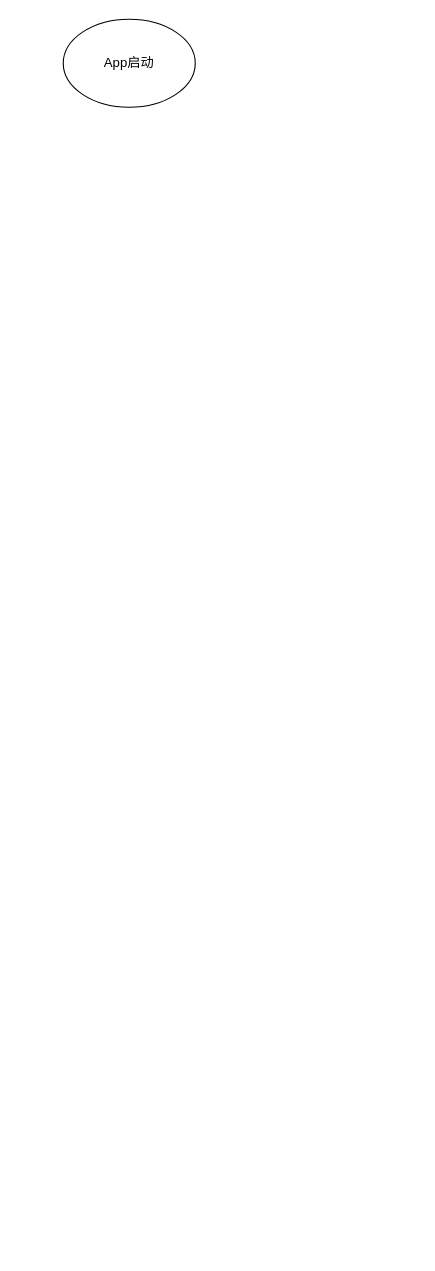
Above: ios/iOS-OC.drawio in SCJMENGMENG/aaa (draw.io), before the change. Source tidied: cells renumbered, new cells numbered last; positions are measured from the earlier drawing's top-left corner, leaving out a move shared by most shapes. Both pictures are drawn from the tidied source at 110%, with x=0, y=0 at pixel (63, 19).
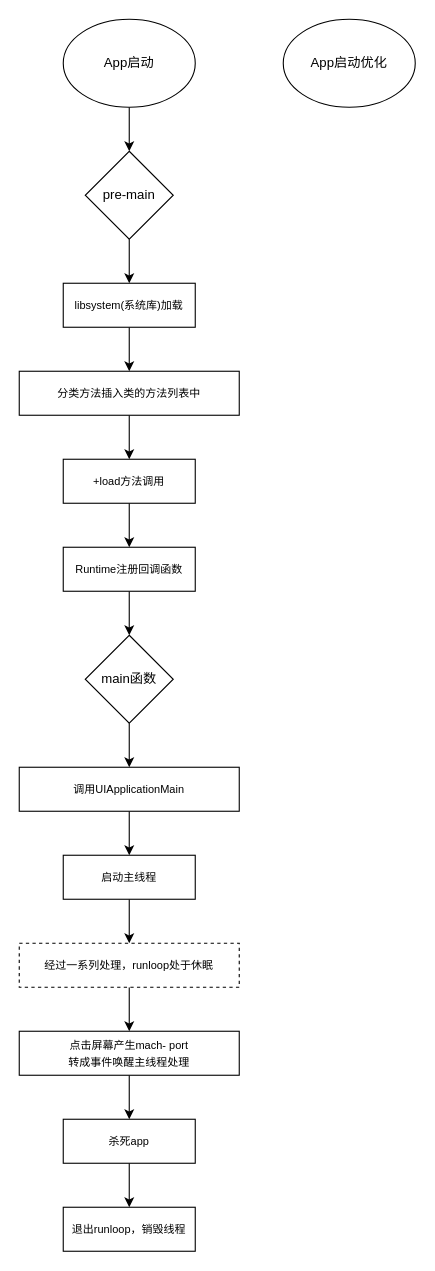
After the change.

The change refers to these unchanged cells:
```xml
<mxCell id="2" value="App启动" style="ellipse;whiteSpace=wrap;html=1;" parent="1" vertex="1">
  <mxGeometry width="120" height="80" as="geometry" />
</mxCell>
```

Diff of the diagram source:
```diff
@@
+    <mxCell id="3" style="edgeStyle=orthogonalEdgeStyle;rounded=0;jettySize=auto;html=1;" parent="1" edge="1" source="2" target="5">
+      <mxGeometry relative="1" as="geometry" />
+    </mxCell>
@@
+    <mxCell id="4" style="edgeStyle=orthogonalEdgeStyle;rounded=0;jettySize=auto;html=1;" parent="1" edge="1" source="5" target="7">
+      <mxGeometry relative="1" as="geometry" />
+    </mxCell>
+    <mxCell id="5" value="pre-main" style="rhombus;whiteSpace=wrap;html=1;" parent="1" vertex="1">
+      <mxGeometry x="20" y="120" width="80" height="80" as="geometry" />
+    </mxCell>
+    <mxCell id="6" style="edgeStyle=orthogonalEdgeStyle;rounded=0;jettySize=auto;html=1;" parent="1" edge="1" source="7" target="9">
+      <mxGeometry relative="1" as="geometry" />
+    </mxCell>
+    <mxCell id="7" value="&lt;font style=&quot;font-size: 10px;&quot;&gt;libsystem(系统库)加载&lt;/font&gt;" style="whiteSpace=wrap;html=1;" parent="1" vertex="1">
+      <mxGeometry y="240" width="120" height="40" as="geometry" />
+    </mxCell>
+    <mxCell id="8" style="edgeStyle=orthogonalEdgeStyle;rounded=0;jettySize=auto;html=1;" parent="1" edge="1" source="9" target="11">
+      <mxGeometry relative="1" as="geometry" />
+    </mxCell>
+    <mxCell id="9" value="&lt;font style=&quot;font-size: 10px;&quot;&gt;分类方法插入类的方法列表中&lt;/font&gt;" style="whiteSpace=wrap;html=1;" parent="1" vertex="1">
+      <mxGeometry x="-40" y="320" width="200" height="40" as="geometry" />
+    </mxCell>
+    <mxCell id="10" style="edgeStyle=orthogonalEdgeStyle;rounded=0;jettySize=auto;html=1;" parent="1" edge="1" source="11" target="13">
+      <mxGeometry relative="1" as="geometry" />
+    </mxCell>
+    <mxCell id="11" value="&lt;font style=&quot;font-size: 10px;&quot;&gt;+load方法调用&lt;/font&gt;" style="whiteSpace=wrap;html=1;" parent="1" vertex="1">
+      <mxGeometry y="400" width="120" height="40" as="geometry" />
+    </mxCell>
+    <mxCell id="12" style="edgeStyle=orthogonalEdgeStyle;rounded=0;jettySize=auto;html=1;" parent="1" edge="1" source="13" target="15">
+      <mxGeometry relative="1" as="geometry" />
+    </mxCell>
+    <mxCell id="13" value="&lt;font style=&quot;font-size: 10px;&quot;&gt;Runtime注册回调函数&lt;/font&gt;" style="whiteSpace=wrap;html=1;" parent="1" vertex="1">
+      <mxGeometry y="480" width="120" height="40" as="geometry" />
+    </mxCell>
+    <mxCell id="14" style="edgeStyle=orthogonalEdgeStyle;rounded=0;jettySize=auto;html=1;" parent="1" edge="1" source="15" target="17">
+      <mxGeometry relative="1" as="geometry" />
+    </mxCell>
+    <mxCell id="15" value="main函数" style="rhombus;whiteSpace=wrap;html=1;" parent="1" vertex="1">
+      <mxGeometry x="20" y="560" width="80" height="80" as="geometry" />
+    </mxCell>
+    <mxCell id="16" style="edgeStyle=orthogonalEdgeStyle;rounded=0;jettySize=auto;html=1;" parent="1" edge="1" source="17" target="19">
+      <mxGeometry relative="1" as="geometry" />
+    </mxCell>
+    <mxCell id="17" value="&lt;font style=&quot;font-size: 10px;&quot;&gt;调用UIApplicationMain&lt;/font&gt;" style="whiteSpace=wrap;html=1;" parent="1" vertex="1">
+      <mxGeometry x="-40" y="680" width="200" height="40" as="geometry" />
+    </mxCell>
+    <mxCell id="18" style="edgeStyle=orthogonalEdgeStyle;rounded=0;jettySize=auto;html=1;" parent="1" edge="1" source="19" target="21">
+      <mxGeometry relative="1" as="geometry" />
+    </mxCell>
+    <mxCell id="19" value="&lt;font style=&quot;font-size: 10px;&quot;&gt;启动主线程&lt;/font&gt;" style="whiteSpace=wrap;html=1;" parent="1" vertex="1">
+      <mxGeometry y="760" width="120" height="40" as="geometry" />
+    </mxCell>
+    <mxCell id="20" style="edgeStyle=orthogonalEdgeStyle;rounded=0;jettySize=auto;html=1;" parent="1" edge="1" source="21" target="23">
+      <mxGeometry relative="1" as="geometry" />
+    </mxCell>
+    <mxCell id="21" value="&lt;font style=&quot;font-size: 10px;&quot;&gt;经过一系列处理，runloop处于休眠&lt;/font&gt;" style="whiteSpace=wrap;html=1;dashed=1;" parent="1" vertex="1">
+      <mxGeometry x="-40" y="840" width="200" height="40" as="geometry" />
+    </mxCell>
+    <mxCell id="22" style="edgeStyle=orthogonalEdgeStyle;rounded=0;jettySize=auto;html=1;" parent="1" edge="1" source="23" target="25">
+      <mxGeometry relative="1" as="geometry" />
+    </mxCell>
+    <mxCell id="23" value="&lt;font style=&quot;font-size: 10px;&quot;&gt;点击屏幕产生mach- port&lt;/font&gt;&lt;div&gt;&lt;font style=&quot;font-size: 10px;&quot;&gt;转成事件唤醒主线程处理&lt;/font&gt;&lt;/div&gt;" style="whiteSpace=wrap;html=1;" parent="1" vertex="1">
+      <mxGeometry x="-40" y="920" width="200" height="40" as="geometry" />
+    </mxCell>
+    <mxCell id="24" style="edgeStyle=orthogonalEdgeStyle;rounded=0;jettySize=auto;html=1;" parent="1" edge="1" source="25" target="26">
+      <mxGeometry relative="1" as="geometry" />
+    </mxCell>
+    <mxCell id="25" value="&lt;font style=&quot;font-size: 10px;&quot;&gt;杀死app&lt;/font&gt;" style="whiteSpace=wrap;html=1;" parent="1" vertex="1">
+      <mxGeometry y="1000" width="120" height="40" as="geometry" />
+    </mxCell>
+    <mxCell id="26" value="&lt;font style=&quot;font-size: 10px;&quot;&gt;退出runloop，销毁线程&lt;/font&gt;" style="whiteSpace=wrap;html=1;" parent="1" vertex="1">
+      <mxGeometry y="1080" width="120" height="40" as="geometry" />
+    </mxCell>
+    <mxCell id="27" value="App启动优化" style="ellipse;whiteSpace=wrap;html=1;" parent="1" vertex="1">
+      <mxGeometry x="200" width="120" height="80" as="geometry" />
+    </mxCell>
```
